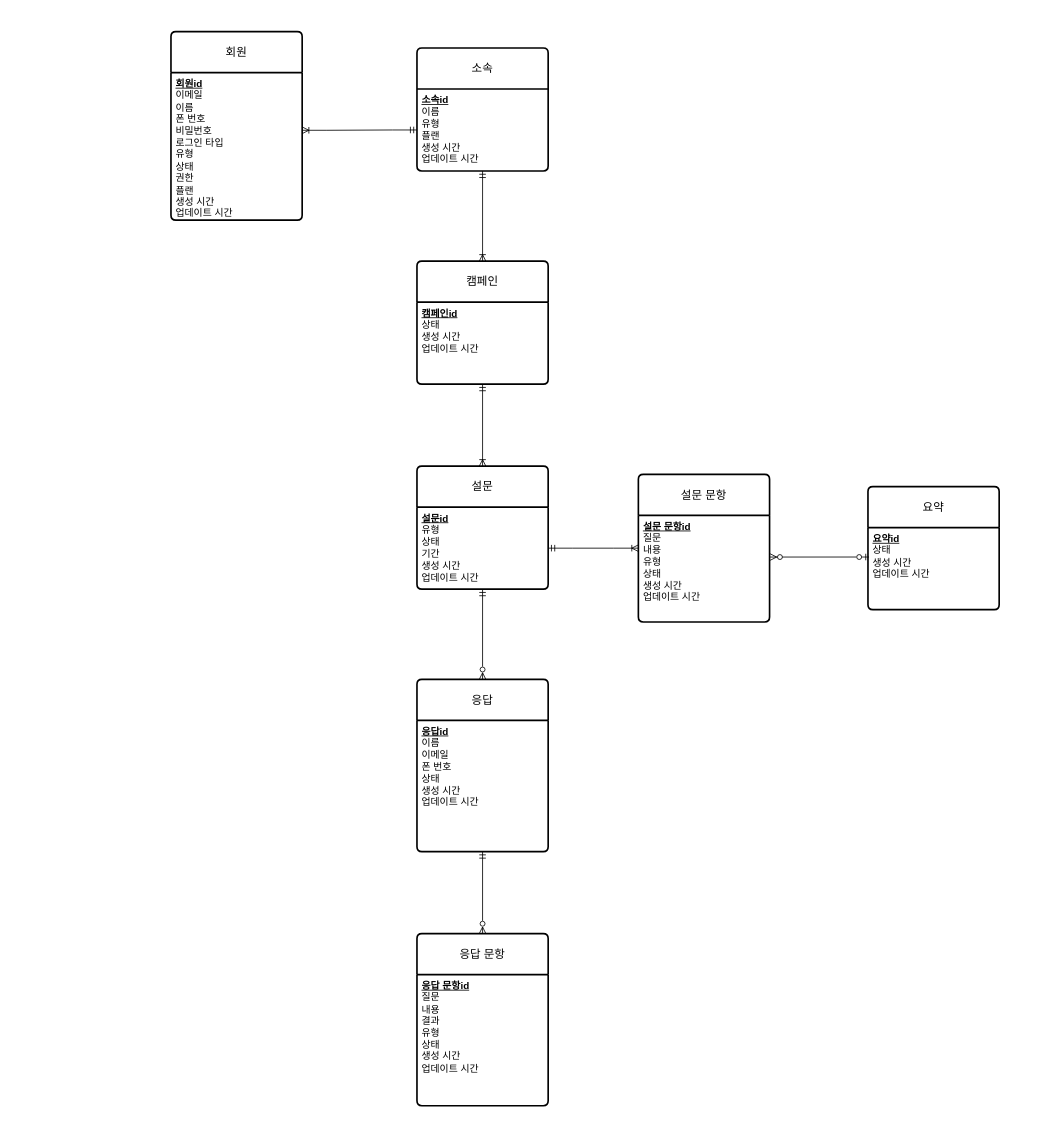
This is docs/database/conceptual-erd.drawio from lilsooin/insight-platform, a draw.io file, before an edit. Source tidied: cells renumbered, new cells numbered last; positions are measured from the earlier drawing's top-left corner, leaving out a move shared by most shapes. Both pictures are drawn from the tidied source at 82%, with x=0, y=0 at pixel (171, 31).
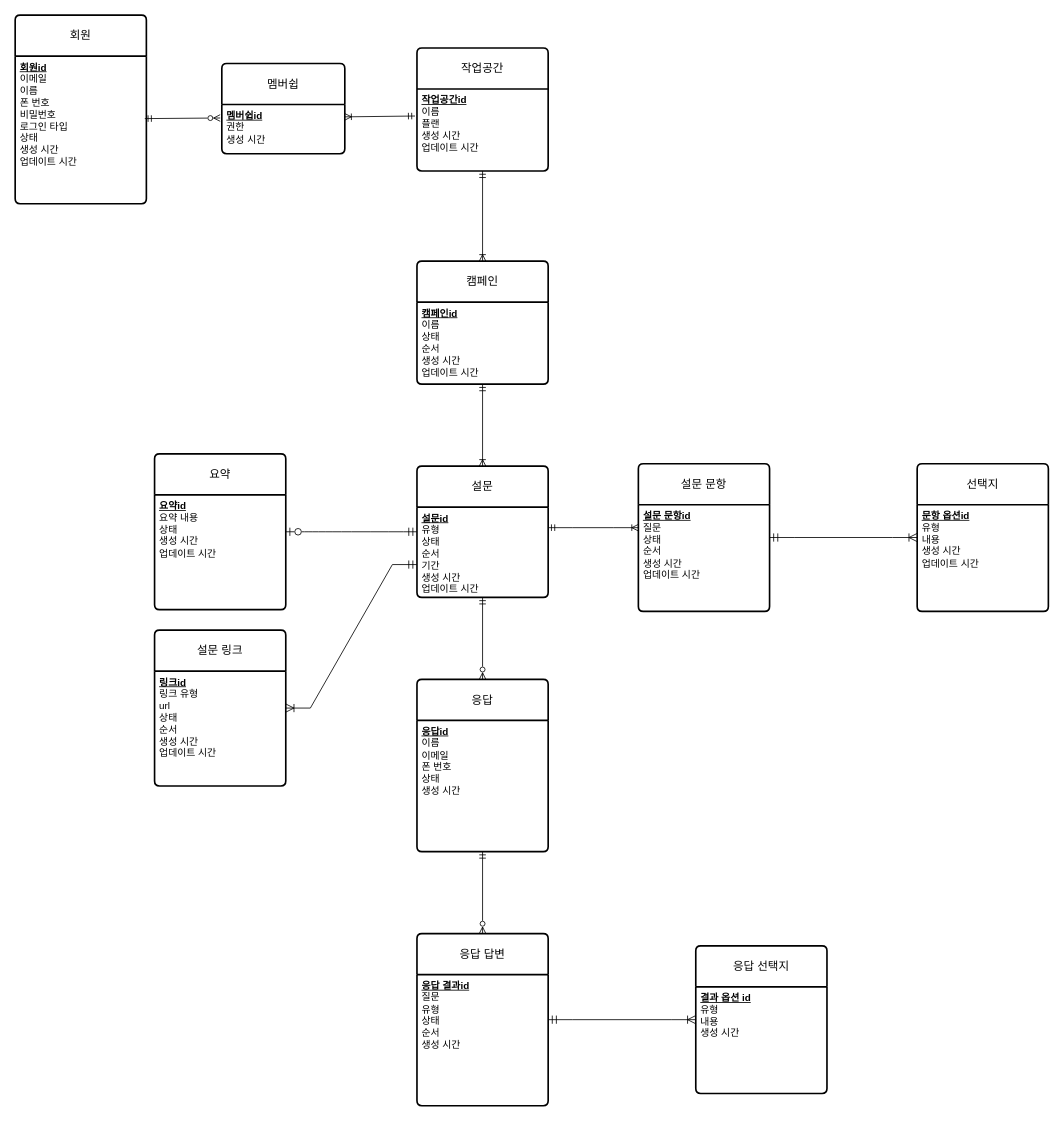
Above is the later version.

Commit message (it also covers changes not shown here):
docs: add initial conceptual ERD 3

Unchanged cells that the change refers to:
```xml
<mxCell id="4" value="응답" style="swimlane;horizontal=1;startSize=50;rounded=1;fontSize=14;fontStyle=0;strokeWidth=2;shadow=0;dashed=0;align=center;arcSize=4;whiteSpace=wrap;html=1;" parent="1" vertex="1">
  <mxGeometry x="300" y="790" width="160" height="210" as="geometry" />
</mxCell>
<mxCell id="6" value="캠페인" style="swimlane;horizontal=1;startSize=50;rounded=1;fontSize=14;fontStyle=0;strokeWidth=2;shadow=0;dashed=0;align=center;arcSize=4;whiteSpace=wrap;html=1;" parent="1" vertex="1">
  <mxGeometry x="300" y="280" width="160" height="150" as="geometry" />
</mxCell>
```

Diff of the diagram source:
```diff
@@
     <mxCell id="2" value="회원" style="swimlane;horizontal=1;startSize=50;rounded=1;fontSize=14;fontStyle=0;strokeWidth=2;shadow=0;dashed=0;align=center;arcSize=4;whiteSpace=wrap;html=1;" parent="1" vertex="1">
-      <mxGeometry width="160" height="230" as="geometry" />
+      <mxGeometry x="-190" y="-20" width="160" height="230" as="geometry" />
     </mxCell>
-    <mxCell id="3" value="&lt;div&gt;&lt;u&gt;&lt;b&gt;회원id&lt;/b&gt;&lt;/u&gt;&lt;/div&gt;이메일&lt;div&gt;이름&lt;/div&gt;&lt;div&gt;폰 번호&lt;/div&gt;&lt;div&gt;비밀번호&lt;/div&gt;&lt;div&gt;로그인 타입&lt;/div&gt;&lt;div&gt;유형&lt;/div&gt;&lt;div&gt;상태&lt;/div&gt;&lt;div&gt;권한&lt;/div&gt;&lt;div&gt;플랜&lt;/div&gt;&lt;div&gt;생성 시간&lt;/div&gt;&lt;div&gt;업데이트 시간&lt;/div&gt;&lt;div&gt;&lt;br&gt;&lt;/div&gt;&lt;div&gt;&lt;br&gt;&lt;/div&gt;" style="align=left;strokeColor=none;fillColor=none;spacingLeft=4;spacingRight=4;fontSize=12;verticalAlign=top;html=1;whiteSpace=wrap;" parent="2" vertex="1">
+    <mxCell id="3" value="&lt;div&gt;&lt;u&gt;&lt;b&gt;회원id&lt;/b&gt;&lt;/u&gt;&lt;/div&gt;이메일&lt;div&gt;이름&lt;/div&gt;&lt;div&gt;폰 번호&lt;/div&gt;&lt;div&gt;비밀번호&lt;/div&gt;&lt;div&gt;로그인 타입&lt;/div&gt;&lt;div&gt;상태&lt;/div&gt;&lt;div&gt;생성 시간&lt;/div&gt;&lt;div&gt;업데이트 시간&lt;/div&gt;&lt;div&gt;&lt;br&gt;&lt;/div&gt;&lt;div&gt;&lt;br&gt;&lt;/div&gt;" style="align=left;strokeColor=none;fillColor=none;spacingLeft=4;spacingRight=4;fontSize=12;verticalAlign=top;html=1;whiteSpace=wrap;" parent="2" vertex="1">
       <mxGeometry y="50" width="160" height="180" as="geometry" />
     </mxCell>
@@
-    <mxCell id="5" value="&lt;div&gt;&lt;u&gt;&lt;b&gt;응답id&lt;/b&gt;&lt;/u&gt;&lt;/div&gt;&lt;div&gt;이름&lt;/div&gt;이메일&lt;div&gt;폰 번호&lt;br&gt;&lt;div&gt;상태&lt;/div&gt;&lt;div&gt;생성 시간&lt;/div&gt;&lt;div&gt;업데이트 시간&lt;/div&gt;&lt;div&gt;&lt;br&gt;&lt;/div&gt;&lt;div&gt;&lt;br&gt;&lt;/div&gt;&lt;/div&gt;" style="align=left;strokeColor=none;fillColor=none;spacingLeft=4;spacingRight=4;fontSize=12;verticalAlign=top;html=1;whiteSpace=wrap;" parent="4" vertex="1">
+    <mxCell id="5" value="&lt;div&gt;&lt;u&gt;&lt;b&gt;응답id&lt;/b&gt;&lt;/u&gt;&lt;/div&gt;&lt;div&gt;이름&lt;/div&gt;이메일&lt;div&gt;폰 번호&lt;br&gt;&lt;div&gt;상태&lt;/div&gt;&lt;div&gt;생성 시간&lt;/div&gt;&lt;div&gt;&lt;br&gt;&lt;/div&gt;&lt;div&gt;&lt;br&gt;&lt;/div&gt;&lt;/div&gt;" style="align=left;strokeColor=none;fillColor=none;spacingLeft=4;spacingRight=4;fontSize=12;verticalAlign=top;html=1;whiteSpace=wrap;" parent="4" vertex="1">
       <mxGeometry y="50" width="160" height="160" as="geometry" />
     </mxCell>
@@
-    <mxCell id="7" value="&lt;div&gt;&lt;u&gt;&lt;b&gt;캠페인id&lt;/b&gt;&lt;/u&gt;&lt;/div&gt;&lt;div&gt;상태&lt;/div&gt;&lt;div&gt;생성 시간&lt;/div&gt;&lt;div&gt;업데이트 시간&lt;/div&gt;&lt;div&gt;&lt;br&gt;&lt;/div&gt;&lt;div&gt;&lt;br&gt;&lt;/div&gt;" style="align=left;strokeColor=none;fillColor=none;spacingLeft=4;spacingRight=4;fontSize=12;verticalAlign=top;html=1;whiteSpace=wrap;" parent="6" vertex="1">
+    <mxCell id="7" value="&lt;div&gt;&lt;u&gt;&lt;b&gt;캠페인id&lt;/b&gt;&lt;/u&gt;&lt;/div&gt;&lt;div&gt;이름&lt;/div&gt;&lt;div&gt;상태&lt;/div&gt;&lt;div&gt;순서&lt;/div&gt;&lt;div&gt;생성 시간&lt;/div&gt;&lt;div&gt;업데이트 시간&lt;/div&gt;&lt;div&gt;&lt;br&gt;&lt;/div&gt;&lt;div&gt;&lt;br&gt;&lt;/div&gt;" style="align=left;strokeColor=none;fillColor=none;spacingLeft=4;spacingRight=4;fontSize=12;verticalAlign=top;html=1;whiteSpace=wrap;" parent="6" vertex="1">
       <mxGeometry y="50" width="160" height="100" as="geometry" />
     </mxCell>
     <mxCell id="8" value="설문 문항" style="swimlane;horizontal=1;startSize=50;rounded=1;fontSize=14;fontStyle=0;strokeWidth=2;shadow=0;dashed=0;align=center;arcSize=4;whiteSpace=wrap;html=1;" parent="1" vertex="1">
-      <mxGeometry x="570" y="540" width="160" height="180" as="geometry" />
+      <mxGeometry x="570" y="527" width="160" height="180" as="geometry" />
     </mxCell>
-    <mxCell id="9" value="&lt;div&gt;&lt;u&gt;&lt;b&gt;설문 문항id&lt;/b&gt;&lt;/u&gt;&lt;/div&gt;&lt;div&gt;질문&lt;/div&gt;&lt;div&gt;내용&lt;/div&gt;유형&lt;br&gt;&lt;div&gt;상태&lt;/div&gt;&lt;div&gt;생성 시간&lt;/div&gt;&lt;div&gt;업데이트 시간&lt;/div&gt;&lt;div&gt;&lt;br&gt;&lt;/div&gt;&lt;div&gt;&lt;br&gt;&lt;/div&gt;" style="align=left;strokeColor=none;fillColor=none;spacingLeft=4;spacingRight=4;fontSize=12;verticalAlign=top;html=1;whiteSpace=wrap;" parent="8" vertex="1">
+    <mxCell id="9" value="&lt;div&gt;&lt;u&gt;&lt;b&gt;설문 문항id&lt;/b&gt;&lt;/u&gt;&lt;/div&gt;&lt;div&gt;질문&lt;/div&gt;&lt;div&gt;상태&lt;/div&gt;&lt;div&gt;순서&lt;/div&gt;&lt;div&gt;생성 시간&lt;/div&gt;&lt;div&gt;업데이트 시간&lt;/div&gt;&lt;div&gt;&lt;br&gt;&lt;/div&gt;&lt;div&gt;&lt;br&gt;&lt;/div&gt;" style="align=left;strokeColor=none;fillColor=none;spacingLeft=4;spacingRight=4;fontSize=12;verticalAlign=top;html=1;whiteSpace=wrap;" parent="8" vertex="1">
       <mxGeometry y="50" width="160" height="130" as="geometry" />
     </mxCell>
-    <mxCell id="10" value="소속" style="swimlane;horizontal=1;startSize=50;rounded=1;fontSize=14;fontStyle=0;strokeWidth=2;shadow=0;dashed=0;align=center;arcSize=4;whiteSpace=wrap;html=1;" parent="1" vertex="1">
+    <mxCell id="10" value="작업공간" style="swimlane;horizontal=1;startSize=50;rounded=1;fontSize=14;fontStyle=0;strokeWidth=2;shadow=0;dashed=0;align=center;arcSize=4;whiteSpace=wrap;html=1;" parent="1" vertex="1">
       <mxGeometry x="300" y="20" width="160" height="150" as="geometry" />
     </mxCell>
-    <mxCell id="11" value="&lt;div&gt;&lt;u&gt;&lt;b&gt;소속id&lt;/b&gt;&lt;/u&gt;&lt;/div&gt;&lt;div&gt;&lt;span style=&quot;background-color: transparent; color: light-dark(#000000, var(--ge-light-color, #ffffff));&quot;&gt;이름&lt;/span&gt;&lt;/div&gt;&lt;div&gt;유형&lt;/div&gt;&lt;div&gt;플랜&lt;/div&gt;&lt;div&gt;&lt;div&gt;생성 시간&lt;/div&gt;&lt;div&gt;업데이트 시간&lt;/div&gt;&lt;/div&gt;" style="align=left;strokeColor=none;fillColor=none;spacingLeft=4;spacingRight=4;fontSize=12;verticalAlign=top;html=1;whiteSpace=wrap;" parent="10" vertex="1">
+    <mxCell id="11" value="&lt;div&gt;&lt;u&gt;&lt;b&gt;작업공간id&lt;/b&gt;&lt;/u&gt;&lt;/div&gt;&lt;div&gt;&lt;span style=&quot;background-color: transparent; color: light-dark(#000000, var(--ge-light-color, #ffffff));&quot;&gt;이름&lt;/span&gt;&lt;/div&gt;&lt;div&gt;플랜&lt;/div&gt;&lt;div&gt;&lt;div&gt;생성 시간&lt;/div&gt;&lt;div&gt;업데이트 시간&lt;/div&gt;&lt;/div&gt;" style="align=left;strokeColor=none;fillColor=none;spacingLeft=4;spacingRight=4;fontSize=12;verticalAlign=top;html=1;whiteSpace=wrap;" parent="10" vertex="1">
       <mxGeometry y="50" width="160" height="100" as="geometry" />
     </mxCell>
-    <mxCell id="12" style="edgeStyle=entityRelationEdgeStyle;fontSize=12;html=1;endArrow=ERoneToMany;startArrow=ERmandOne;rounded=0;defaultLabelBackgroundColor=page;exitX=0;exitY=0.5;exitDx=0;exitDy=0;entryX=1.001;entryY=0.391;entryDx=0;entryDy=0;entryPerimeter=0;" parent="1" edge="1" source="11" target="3">
-      <mxGeometry relative="1" as="geometry" />
-    </mxCell>
@@
     <mxCell id="14" value="설문" style="swimlane;horizontal=1;startSize=50;rounded=1;fontSize=14;fontStyle=0;strokeWidth=2;shadow=0;dashed=0;align=center;arcSize=4;whiteSpace=wrap;html=1;" parent="1" vertex="1">
-      <mxGeometry x="300" y="530" width="160" height="150" as="geometry" />
+      <mxGeometry x="300" y="530" width="160" height="160" as="geometry" />
     </mxCell>
-    <mxCell id="15" value="&lt;div&gt;&lt;u&gt;&lt;b&gt;설문id&lt;/b&gt;&lt;/u&gt;&lt;/div&gt;유형&lt;br&gt;&lt;div&gt;상태&lt;/div&gt;&lt;div&gt;기간&lt;/div&gt;&lt;div&gt;생성 시간&lt;/div&gt;&lt;div&gt;업데이트 시간&lt;/div&gt;&lt;div&gt;&lt;br&gt;&lt;/div&gt;&lt;div&gt;&lt;br&gt;&lt;/div&gt;" style="align=left;strokeColor=none;fillColor=none;spacingLeft=4;spacingRight=4;fontSize=12;verticalAlign=top;html=1;whiteSpace=wrap;" parent="14" vertex="1">
-      <mxGeometry y="50" width="160" height="100" as="geometry" />
+    <mxCell id="15" value="&lt;div&gt;&lt;u&gt;&lt;b&gt;설문id&lt;/b&gt;&lt;/u&gt;&lt;/div&gt;유형&lt;br&gt;&lt;div&gt;상태&lt;/div&gt;&lt;div&gt;순서&lt;/div&gt;&lt;div&gt;기간&lt;/div&gt;&lt;div&gt;생성 시간&lt;/div&gt;&lt;div&gt;업데이트 시간&lt;/div&gt;&lt;div&gt;&lt;br&gt;&lt;/div&gt;&lt;div&gt;&lt;br&gt;&lt;/div&gt;" style="align=left;strokeColor=none;fillColor=none;spacingLeft=4;spacingRight=4;fontSize=12;verticalAlign=top;html=1;whiteSpace=wrap;" parent="14" vertex="1">
+      <mxGeometry y="50" width="160" height="110" as="geometry" />
     </mxCell>
@@
-    <mxCell id="18" style="edgeStyle=entityRelationEdgeStyle;fontSize=12;html=1;endArrow=ERoneToMany;startArrow=ERmandOne;rounded=0;defaultLabelBackgroundColor=page;exitX=1;exitY=0.5;exitDx=0;exitDy=0;" parent="1" edge="1" source="15">
+    <mxCell id="18" style="edgeStyle=entityRelationEdgeStyle;fontSize=12;html=1;endArrow=ERoneToMany;startArrow=ERmandOne;rounded=0;defaultLabelBackgroundColor=page;exitX=1;exitY=0.5;exitDx=0;exitDy=0;" parent="1" edge="1">
       <mxGeometry relative="1" as="geometry">
-        <mxPoint x="570" y="630" as="targetPoint" />
+        <mxPoint x="460" y="605" as="sourcePoint" />
+        <mxPoint x="570" y="605" as="targetPoint" />
       </mxGeometry>
     </mxCell>
     <mxCell id="19" value="요약" style="swimlane;horizontal=1;startSize=50;rounded=1;fontSize=14;fontStyle=0;strokeWidth=2;shadow=0;dashed=0;align=center;arcSize=4;whiteSpace=wrap;html=1;" parent="1" vertex="1">
-      <mxGeometry x="850" y="555" width="160" height="150" as="geometry" />
+      <mxGeometry x="-20" y="515" width="160" height="190" as="geometry" />
     </mxCell>
-    <mxCell id="20" value="&lt;div&gt;&lt;u&gt;&lt;b&gt;요약id&lt;/b&gt;&lt;/u&gt;&lt;/div&gt;&lt;div&gt;상태&lt;/div&gt;&lt;div&gt;생성 시간&lt;/div&gt;&lt;div&gt;업데이트 시간&lt;/div&gt;&lt;div&gt;&lt;br&gt;&lt;/div&gt;&lt;div&gt;&lt;br&gt;&lt;/div&gt;" style="align=left;strokeColor=none;fillColor=none;spacingLeft=4;spacingRight=4;fontSize=12;verticalAlign=top;html=1;whiteSpace=wrap;" parent="19" vertex="1">
-      <mxGeometry y="50" width="160" height="100" as="geometry" />
+    <mxCell id="20" value="&lt;div&gt;&lt;u&gt;&lt;b&gt;요약id&lt;/b&gt;&lt;/u&gt;&lt;/div&gt;&lt;div&gt;요약 내용&lt;/div&gt;&lt;div&gt;상태&lt;/div&gt;&lt;div&gt;생성 시간&lt;/div&gt;&lt;div&gt;업데이트 시간&lt;/div&gt;&lt;div&gt;&lt;br&gt;&lt;/div&gt;&lt;div&gt;&lt;br&gt;&lt;/div&gt;" style="align=left;strokeColor=none;fillColor=none;spacingLeft=4;spacingRight=4;fontSize=12;verticalAlign=top;html=1;whiteSpace=wrap;" parent="19" vertex="1">
+      <mxGeometry y="50" width="160" height="140" as="geometry" />
     </mxCell>
-    <mxCell id="21" style="fontSize=12;html=1;endArrow=ERzeroToMany;startArrow=ERzeroToOne;rounded=0;defaultLabelBackgroundColor=page;entryX=1.004;entryY=0.391;entryDx=0;entryDy=0;entryPerimeter=0;exitX=0.008;exitY=0.358;exitDx=0;exitDy=0;exitPerimeter=0;startFill=0;" parent="1" edge="1" source="20" target="9">
-      <mxGeometry relative="1" as="geometry" />
-    </mxCell>
-    <mxCell id="22" value="응답 문항" style="swimlane;horizontal=1;startSize=50;rounded=1;fontSize=14;fontStyle=0;strokeWidth=2;shadow=0;dashed=0;align=center;arcSize=4;whiteSpace=wrap;html=1;" parent="1" vertex="1">
+    <mxCell id="22" value="응답 답변" style="swimlane;horizontal=1;startSize=50;rounded=1;fontSize=14;fontStyle=0;strokeWidth=2;shadow=0;dashed=0;align=center;arcSize=4;whiteSpace=wrap;html=1;" parent="1" vertex="1">
       <mxGeometry x="300" y="1100" width="160" height="210" as="geometry" />
     </mxCell>
-    <mxCell id="23" value="&lt;div&gt;&lt;u&gt;&lt;b&gt;응답 문항id&lt;/b&gt;&lt;/u&gt;&lt;/div&gt;&lt;div&gt;&lt;div&gt;질문&lt;/div&gt;&lt;div&gt;내용&lt;/div&gt;&lt;div&gt;결과&lt;/div&gt;유형&lt;br&gt;&lt;div&gt;상태&lt;/div&gt;&lt;div&gt;생성 시간&lt;/div&gt;&lt;div&gt;업데이트 시간&lt;/div&gt;&lt;div&gt;&lt;br&gt;&lt;/div&gt;&lt;/div&gt;&lt;div&gt;&lt;div&gt;&lt;br&gt;&lt;/div&gt;&lt;div&gt;&lt;br&gt;&lt;/div&gt;&lt;/div&gt;" style="align=left;strokeColor=none;fillColor=none;spacingLeft=4;spacingRight=4;fontSize=12;verticalAlign=top;html=1;whiteSpace=wrap;" parent="22" vertex="1">
+    <mxCell id="23" value="&lt;div&gt;&lt;u&gt;&lt;b&gt;응답 결과id&lt;/b&gt;&lt;/u&gt;&lt;/div&gt;&lt;div&gt;&lt;div&gt;질문&lt;/div&gt;유형&lt;br&gt;&lt;div&gt;상태&lt;/div&gt;&lt;div&gt;순서&lt;/div&gt;&lt;div&gt;생성 시간&lt;/div&gt;&lt;div&gt;&lt;br&gt;&lt;/div&gt;&lt;/div&gt;&lt;div&gt;&lt;div&gt;&lt;br&gt;&lt;/div&gt;&lt;div&gt;&lt;br&gt;&lt;/div&gt;&lt;/div&gt;" style="align=left;strokeColor=none;fillColor=none;spacingLeft=4;spacingRight=4;fontSize=12;verticalAlign=top;html=1;whiteSpace=wrap;" parent="22" vertex="1">
       <mxGeometry y="50" width="160" height="160" as="geometry" />
     </mxCell>
@@
+    <mxCell id="25" value="멤버쉽" style="swimlane;horizontal=1;startSize=50;rounded=1;fontSize=14;fontStyle=0;strokeWidth=2;shadow=0;dashed=0;align=center;arcSize=4;whiteSpace=wrap;html=1;" parent="1" vertex="1">
+      <mxGeometry x="62" y="39" width="150" height="110" as="geometry" />
+    </mxCell>
+    <mxCell id="26" value="&lt;div&gt;&lt;u&gt;&lt;b&gt;멤버쉽id&lt;/b&gt;&lt;/u&gt;&lt;/div&gt;권한&lt;div&gt;&lt;div&gt;생성 시간&lt;/div&gt;&lt;div&gt;&lt;br&gt;&lt;/div&gt;&lt;/div&gt;" style="align=left;strokeColor=none;fillColor=none;spacingLeft=4;spacingRight=4;fontSize=12;verticalAlign=top;html=1;whiteSpace=wrap;" parent="25" vertex="1">
+      <mxGeometry y="50" width="150" height="60" as="geometry" />
+    </mxCell>
+    <mxCell id="27" style="edgeStyle=none;curved=1;rounded=0;curveGeometry=1;jettySize=auto;html=1;exitX=0.5;exitY=1;exitDx=0;exitDy=0;fontSize=12;defaultLabelBackgroundColor=page;startSize=8;endSize=8;" parent="25" edge="1" source="25" target="26">
+      <mxGeometry relative="1" as="geometry" />
+    </mxCell>
+    <mxCell id="28" style="fontSize=12;html=1;endArrow=ERzeroToMany;startArrow=ERmandOne;rounded=0;defaultLabelBackgroundColor=page;exitX=0.988;exitY=0.423;exitDx=0;exitDy=0;exitPerimeter=0;endFill=0;" parent="1" edge="1" source="3">
+      <mxGeometry relative="1" as="geometry">
+        <mxPoint x="60" y="105.4" as="targetPoint" />
+      </mxGeometry>
+    </mxCell>
+    <mxCell id="29" style="fontSize=12;html=1;endArrow=ERmandOne;startArrow=ERoneToMany;rounded=0;defaultLabelBackgroundColor=page;exitX=1;exitY=0.25;exitDx=0;exitDy=0;entryX=-0.015;entryY=0.33;entryDx=0;entryDy=0;entryPerimeter=0;startFill=0;endFill=0;" parent="1" edge="1" source="26" target="11">
+      <mxGeometry x="0.1" relative="1" as="geometry" />
+    </mxCell>
+    <mxCell id="30" style="edgeStyle=entityRelationEdgeStyle;fontSize=12;html=1;endArrow=ERmandOne;startArrow=ERzeroToOne;rounded=0;defaultLabelBackgroundColor=page;startSize=8;endSize=8;curved=1;exitX=1;exitY=0.5;exitDx=0;exitDy=0;entryX=0;entryY=0.5;entryDx=0;entryDy=0;startFill=0;" parent="1" edge="1" source="19" target="14">
+      <mxGeometry relative="1" as="geometry" />
+    </mxCell>
+    <mxCell id="31" value="선택지" style="swimlane;horizontal=1;startSize=50;rounded=1;fontSize=14;fontStyle=0;strokeWidth=2;shadow=0;dashed=0;align=center;arcSize=4;whiteSpace=wrap;html=1;" parent="1" vertex="1">
+      <mxGeometry x="910" y="527" width="160" height="180" as="geometry" />
+    </mxCell>
+    <mxCell id="32" value="&lt;div&gt;&lt;u&gt;&lt;b&gt;문항 옵션id&lt;/b&gt;&lt;/u&gt;&lt;/div&gt;&lt;div&gt;유형&lt;/div&gt;&lt;div&gt;내용&lt;/div&gt;&lt;div&gt;생성 시간&lt;/div&gt;&lt;div&gt;업데이트 시간&lt;/div&gt;&lt;div&gt;&lt;br&gt;&lt;/div&gt;&lt;div&gt;&lt;br&gt;&lt;/div&gt;" style="align=left;strokeColor=none;fillColor=none;spacingLeft=4;spacingRight=4;fontSize=12;verticalAlign=top;html=1;whiteSpace=wrap;" parent="31" vertex="1">
+      <mxGeometry y="50" width="160" height="130" as="geometry" />
+    </mxCell>
+    <mxCell id="33" value="&lt;div&gt;&lt;br&gt;&lt;/div&gt;" style="align=left;strokeColor=none;fillColor=none;spacingLeft=4;spacingRight=4;fontSize=12;verticalAlign=top;html=1;whiteSpace=wrap;" parent="31" vertex="1">
+      <mxGeometry y="180" width="160" as="geometry" />
+    </mxCell>
+    <mxCell id="34" style="edgeStyle=entityRelationEdgeStyle;fontSize=12;html=1;endArrow=ERoneToMany;startArrow=ERmandOne;rounded=0;defaultLabelBackgroundColor=page;startSize=8;endSize=8;curved=0;exitX=1;exitY=0.5;exitDx=0;exitDy=0;entryX=0;entryY=0.5;entryDx=0;entryDy=0;" parent="1" edge="1" source="8" target="31">
+      <mxGeometry x="-0.11" relative="1" as="geometry" />
+    </mxCell>
+    <mxCell id="35" value="응답 선택지" style="swimlane;horizontal=1;startSize=50;rounded=1;fontSize=14;fontStyle=0;strokeWidth=2;shadow=0;dashed=0;align=center;arcSize=4;whiteSpace=wrap;html=1;" parent="1" vertex="1">
+      <mxGeometry x="640" y="1115" width="160" height="180" as="geometry" />
+    </mxCell>
+    <mxCell id="36" value="&lt;div&gt;&lt;u&gt;&lt;b&gt;결과 옵션 id&lt;/b&gt;&lt;/u&gt;&lt;/div&gt;&lt;div&gt;유형&lt;/div&gt;&lt;div&gt;내용&lt;/div&gt;&lt;div&gt;생성 시간&lt;/div&gt;&lt;div&gt;&lt;br&gt;&lt;/div&gt;&lt;div&gt;&lt;br&gt;&lt;/div&gt;" style="align=left;strokeColor=none;fillColor=none;spacingLeft=4;spacingRight=4;fontSize=12;verticalAlign=top;html=1;whiteSpace=wrap;" parent="35" vertex="1">
+      <mxGeometry y="50" width="160" height="130" as="geometry" />
+    </mxCell>
+    <mxCell id="37" value="&lt;div&gt;&lt;br&gt;&lt;/div&gt;" style="align=left;strokeColor=none;fillColor=none;spacingLeft=4;spacingRight=4;fontSize=12;verticalAlign=top;html=1;whiteSpace=wrap;" parent="35" vertex="1">
+      <mxGeometry y="180" width="160" as="geometry" />
+    </mxCell>
+    <mxCell id="38" style="edgeStyle=entityRelationEdgeStyle;fontSize=12;html=1;endArrow=ERoneToMany;startArrow=ERmandOne;rounded=0;defaultLabelBackgroundColor=page;startSize=8;endSize=8;curved=0;exitX=1;exitY=0.5;exitDx=0;exitDy=0;entryX=0;entryY=0.5;entryDx=0;entryDy=0;" parent="1" edge="1" target="35">
+      <mxGeometry x="-0.11" relative="1" as="geometry">
+        <mxPoint x="460" y="1205" as="sourcePoint" />
+      </mxGeometry>
+    </mxCell>
+    <mxCell id="39" value="설문 링크" style="swimlane;horizontal=1;startSize=50;rounded=1;fontSize=14;fontStyle=0;strokeWidth=2;shadow=0;dashed=0;align=center;arcSize=4;whiteSpace=wrap;html=1;" parent="1" vertex="1">
+      <mxGeometry x="-20" y="730" width="160" height="190" as="geometry" />
+    </mxCell>
+    <mxCell id="40" value="&lt;div&gt;&lt;u&gt;&lt;b&gt;링크id&lt;/b&gt;&lt;/u&gt;&lt;/div&gt;&lt;div&gt;링크 유형&lt;/div&gt;&lt;div&gt;url&lt;/div&gt;&lt;div&gt;상태&lt;/div&gt;&lt;div&gt;순서&lt;/div&gt;&lt;div&gt;생성 시간&lt;/div&gt;&lt;div&gt;업데이트 시간&lt;/div&gt;&lt;div&gt;&lt;br&gt;&lt;/div&gt;&lt;div&gt;&lt;br&gt;&lt;/div&gt;" style="align=left;strokeColor=none;fillColor=none;spacingLeft=4;spacingRight=4;fontSize=12;verticalAlign=top;html=1;whiteSpace=wrap;" parent="39" vertex="1">
+      <mxGeometry y="50" width="160" height="140" as="geometry" />
+    </mxCell>
+    <mxCell id="41" style="edgeStyle=entityRelationEdgeStyle;fontSize=12;html=1;endArrow=ERmandOne;startArrow=ERoneToMany;rounded=0;defaultLabelBackgroundColor=page;startSize=8;endSize=8;curved=0;endFill=0;startFill=0;entryX=0;entryY=0.75;entryDx=0;entryDy=0;exitX=1;exitY=0.5;exitDx=0;exitDy=0;" parent="1" edge="1" source="39" target="14">
+      <mxGeometry relative="1" as="geometry" />
+    </mxCell>
```
